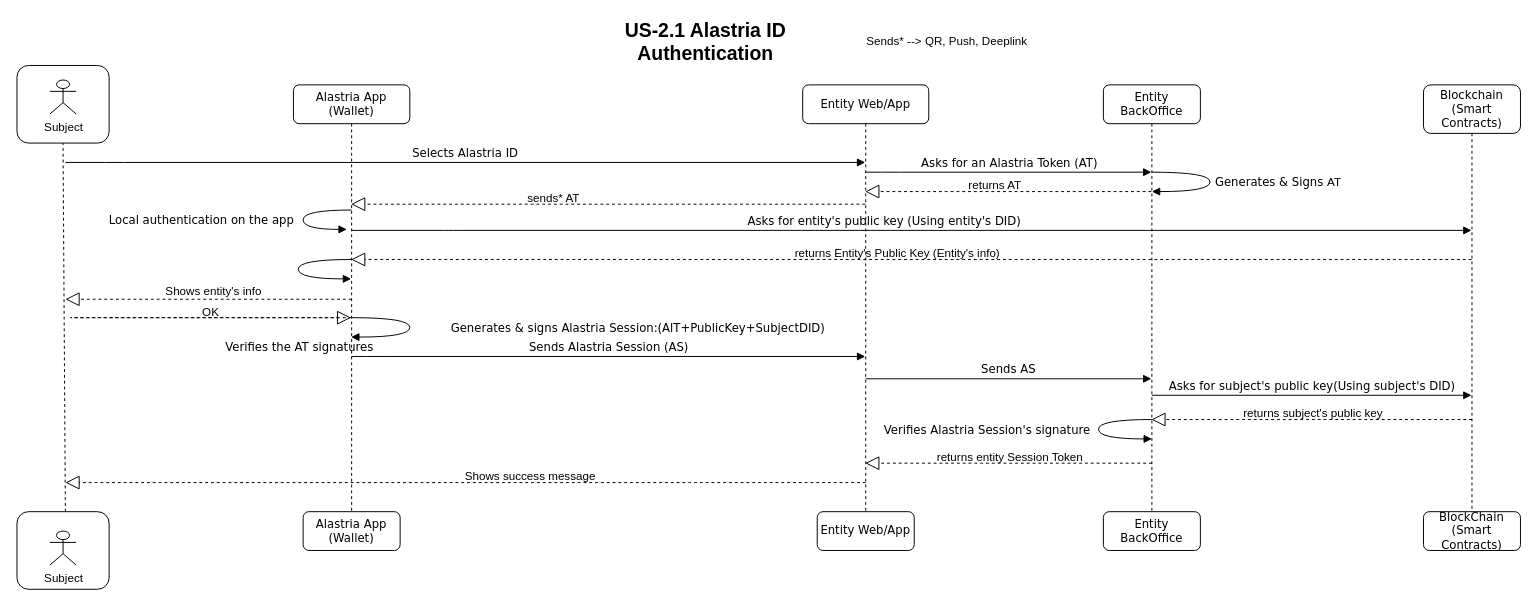
This is page "US-2.1 Alastria ID Authentication" (1 of 12) of docs/diagrams/AlastriaDiagramsUS.drawio from alastria/alastria-identity, a draw.io file, before an edit. Source tidied: cells renumbered, new cells numbered last; positions are measured from the earlier drawing's top-left corner, leaving out a move shared by most shapes. Both pictures are drawn from the tidied source at 97%, with x=0, y=0 at pixel (16, 16).
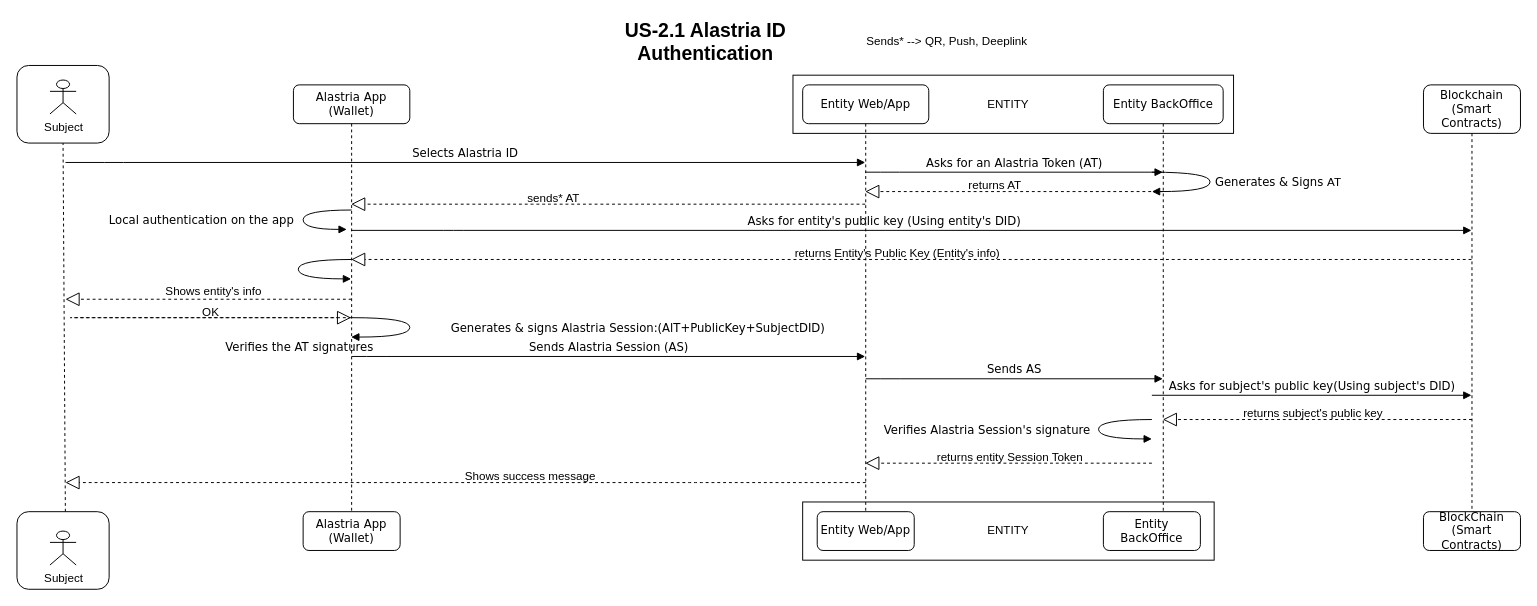
The same diagram, later.

Diff of the diagram source:
```diff
@@
+    <mxCell id="50" style="rounded=0;whiteSpace=wrap;html=1;" parent="1" vertex="1">
+      <mxGeometry x="810" y="500" width="424.2" height="60" as="geometry" />
+    </mxCell>
+    <mxCell id="51" style="rounded=0;whiteSpace=wrap;html=1;" parent="1" vertex="1">
+      <mxGeometry x="800" y="60" width="454.2" height="60" as="geometry" />
+    </mxCell>
@@
     <mxCell id="10" value="Entity BackOffice" style="shape=umlLifeline;perimeter=lifelinePerimeter;whiteSpace=wrap;html=1;outlineConnect=0;rounded=1;shadow=0;comic=0;labelBackgroundColor=none;strokeColor=#000000;strokeWidth=1;fillColor=#FFFFFF;fontFamily=Verdana;fontSize=12;fontColor=#000000;align=center;" parent="1" vertex="1">
-      <mxGeometry x="1120" y="70" width="100" height="440" as="geometry" />
+      <mxGeometry x="1120" y="70" width="123.5" height="440" as="geometry" />
     </mxCell>
@@
+    <mxCell id="52" value="ENTITY" style="text;html=1;strokeColor=none;fillColor=none;align=center;verticalAlign=middle;whiteSpace=wrap;rounded=0;" parent="1" vertex="1">
+      <mxGeometry x="1002.1" y="80" width="40" height="20" as="geometry" />
+    </mxCell>
+    <mxCell id="53" value="ENTITY" style="text;html=1;strokeColor=none;fillColor=none;align=center;verticalAlign=middle;whiteSpace=wrap;rounded=0;" parent="1" vertex="1">
+      <mxGeometry x="1002.1" y="520" width="40" height="20" as="geometry" />
+    </mxCell>
```
